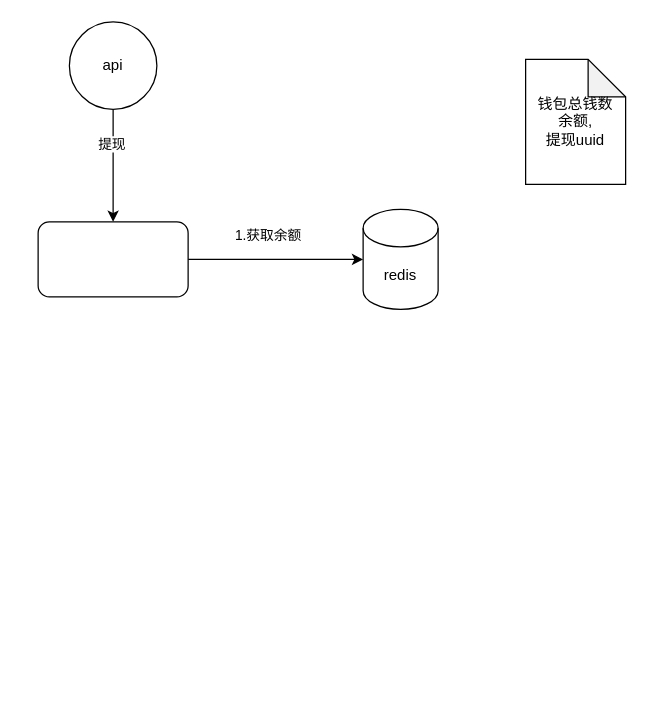
Earlier version of the draw.io diagram 未命名绘图.drawio (jfeign/draw.io). Source tidied: cells renumbered, new cells numbered last; positions are measured from the earlier drawing's top-left corner, leaving out a move shared by most shapes. Both pictures are drawn from the tidied source at 125%, with x=0, y=0 at pixel (38, 21).
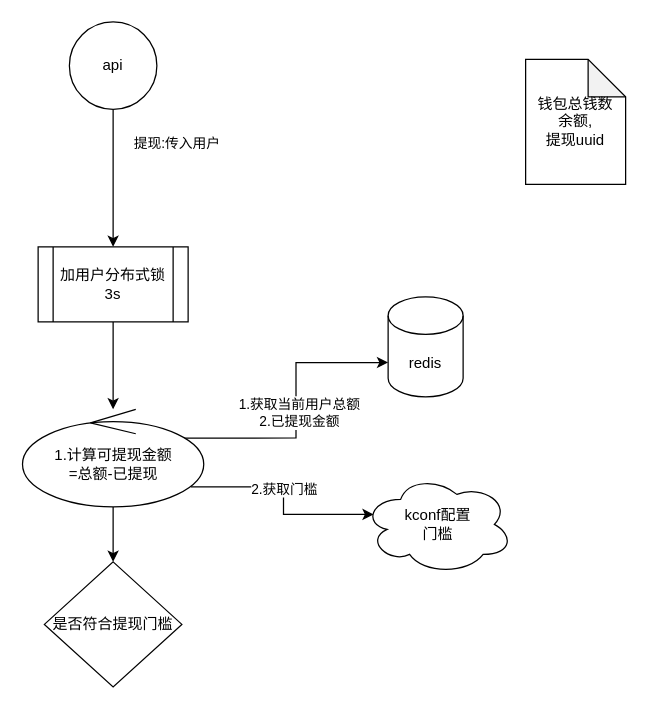
After the change.

Commit message (it also covers changes not shown here):
更新未命名绘图.drawio

What changed in the source:
```diff
@@
 <mxGraphModel>
   <root>
     <mxCell id="0" />
     <mxCell id="1" parent="0" />
-    <mxCell id="2" style="edgeStyle=orthogonalEdgeStyle;rounded=0;jettySize=auto;html=1;" parent="1" edge="1" source="4" target="9">
+    <mxCell id="2" style="edgeStyle=orthogonalEdgeStyle;rounded=0;jettySize=auto;html=1;entryX=0.5;entryY=0;entryDx=0;entryDy=0;" parent="1" edge="1" source="4" target="17">
       <mxGeometry relative="1" as="geometry" />
     </mxCell>
-    <mxCell id="3" value="提现" style="edgeLabel;html=1;align=center;verticalAlign=middle;" parent="2" vertex="1">
-      <mxGeometry x="-0.39" y="-2" relative="1" as="geometry" />
+    <mxCell id="3" value="提现:传入用户" style="edgeLabel;html=1;align=center;verticalAlign=middle;" parent="2" vertex="1">
+      <mxGeometry x="-0.39" y="-2" relative="1" as="geometry">
+        <mxPoint x="52" y="-8" as="offset" />
+      </mxGeometry>
     </mxCell>
     <mxCell id="4" value="api" style="ellipse;whiteSpace=wrap;html=1;" parent="1" vertex="1">
       <mxGeometry x="25" width="70" height="70" as="geometry" />
     </mxCell>
-    <mxCell id="5" style="edgeStyle=orthogonalEdgeStyle;rounded=0;jettySize=auto;html=1;entryX=0;entryY=0.5;entryDx=0;entryDy=0;entryPerimeter=0;exitX=1;exitY=0.5;exitDx=0;exitDy=0;" parent="1" edge="1" source="9" target="7">
+    <mxCell id="5" style="edgeStyle=orthogonalEdgeStyle;rounded=0;jettySize=auto;html=1;entryX=0;entryY=0;entryDx=0;entryDy=52.5;entryPerimeter=0;exitX=0.886;exitY=0.294;exitDx=0;exitDy=0;exitPerimeter=0;" parent="1" edge="1" source="14" target="7">
       <mxGeometry relative="1" as="geometry" />
     </mxCell>
-    <mxCell id="6" value="1.获取余额" style="edgeLabel;html=1;align=center;verticalAlign=middle;" parent="5" vertex="1">
+    <mxCell id="6" value="1.获取当前用户总额&lt;br&gt;2.已提现金额&lt;br&gt;" style="edgeLabel;html=1;align=center;verticalAlign=middle;" parent="5" vertex="1">
       <mxGeometry x="-0.3" y="1" relative="1" as="geometry">
         <mxPoint x="14" y="-19" as="offset" />
       </mxGeometry>
     </mxCell>
     <mxCell id="7" value="redis" style="shape=cylinder3;whiteSpace=wrap;html=1;boundedLbl=1;backgroundOutline=1;size=15;" parent="1" vertex="1">
-      <mxGeometry x="260" y="150" width="60" height="80" as="geometry" />
+      <mxGeometry x="280" y="220" width="60" height="80" as="geometry" />
     </mxCell>
     <mxCell id="8" value="钱包总钱数&lt;br&gt;余额,&lt;br&gt;提现uuid" style="shape=note;whiteSpace=wrap;html=1;backgroundOutline=1;darkOpacity=0.05;" parent="1" vertex="1">
       <mxGeometry x="390" y="30" width="80" height="100" as="geometry" />
     </mxCell>
-    <mxCell id="9" style="rounded=1;whiteSpace=wrap;html=1;" parent="1" vertex="1">
-      <mxGeometry y="160" width="120" height="60" as="geometry" />
-    </mxCell>
+    <mxCell id="10" style="edgeStyle=orthogonalEdgeStyle;rounded=0;jettySize=auto;html=1;entryX=0.07;entryY=0.4;entryDx=0;entryDy=0;entryPerimeter=0;exitX=0.929;exitY=0.794;exitDx=0;exitDy=0;exitPerimeter=0;" parent="1" edge="1" source="14" target="12">
+      <mxGeometry relative="1" as="geometry" />
+    </mxCell>
+    <mxCell id="11" value="2.获取门槛" style="edgeLabel;html=1;align=center;verticalAlign=middle;" parent="10" vertex="1">
+      <mxGeometry x="0.05" y="1" relative="1" as="geometry">
+        <mxPoint x="-1" y="-12" as="offset" />
+      </mxGeometry>
+    </mxCell>
+    <mxCell id="12" value="kconf配置&lt;br&gt;门槛" style="ellipse;shape=cloud;whiteSpace=wrap;html=1;" parent="1" vertex="1">
+      <mxGeometry x="260" y="362" width="120" height="80" as="geometry" />
+    </mxCell>
+    <mxCell id="13" style="edgeStyle=orthogonalEdgeStyle;rounded=0;jettySize=auto;html=1;" parent="1" edge="1" source="14" target="15">
+      <mxGeometry relative="1" as="geometry" />
+    </mxCell>
+    <mxCell id="14" value="1.计算可提现金额&lt;br&gt;=总额-已提现" style="ellipse;shape=umlControl;whiteSpace=wrap;html=1;" parent="1" vertex="1">
+      <mxGeometry x="-12.5" y="310" width="145" height="78" as="geometry" />
+    </mxCell>
+    <mxCell id="15" value="是否符合提现门槛" style="rhombus;whiteSpace=wrap;html=1;" parent="1" vertex="1">
+      <mxGeometry x="5" y="432" width="110" height="100" as="geometry" />
+    </mxCell>
+    <mxCell id="16" style="edgeStyle=orthogonalEdgeStyle;rounded=0;jettySize=auto;html=1;exitX=0.5;exitY=1;exitDx=0;exitDy=0;" parent="1" edge="1" source="17" target="14">
+      <mxGeometry relative="1" as="geometry" />
+    </mxCell>
+    <mxCell id="17" value="加用户分布式锁&lt;br&gt;3s" style="shape=process;whiteSpace=wrap;html=1;backgroundOutline=1;" parent="1" vertex="1">
+      <mxGeometry y="180" width="120" height="60" as="geometry" />
+    </mxCell>
   </root>
 </mxGraphModel>
```
